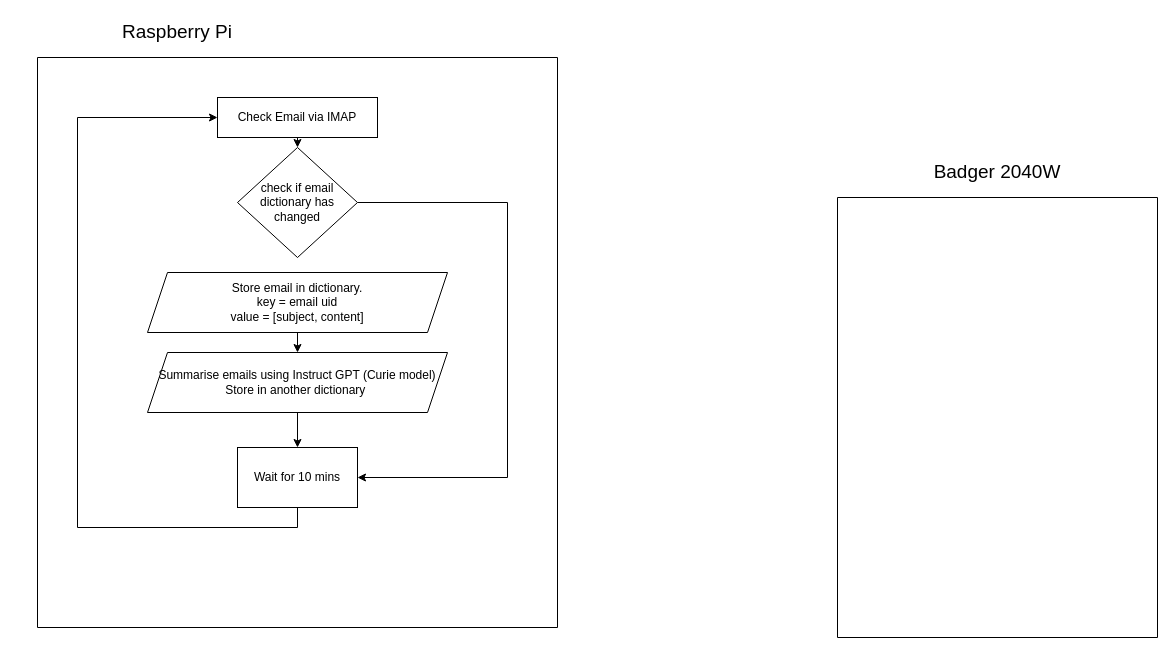
The draw.io diagram Untitled Diagram.drawio in Zoobdude/badger-email, before the edit. Source tidied: cells renumbered, new cells numbered last; positions are measured from the earlier drawing's top-left corner, leaving out a move shared by most shapes. Both pictures are drawn from the tidied source at 100%, with x=0, y=0 at pixel (17, 17).
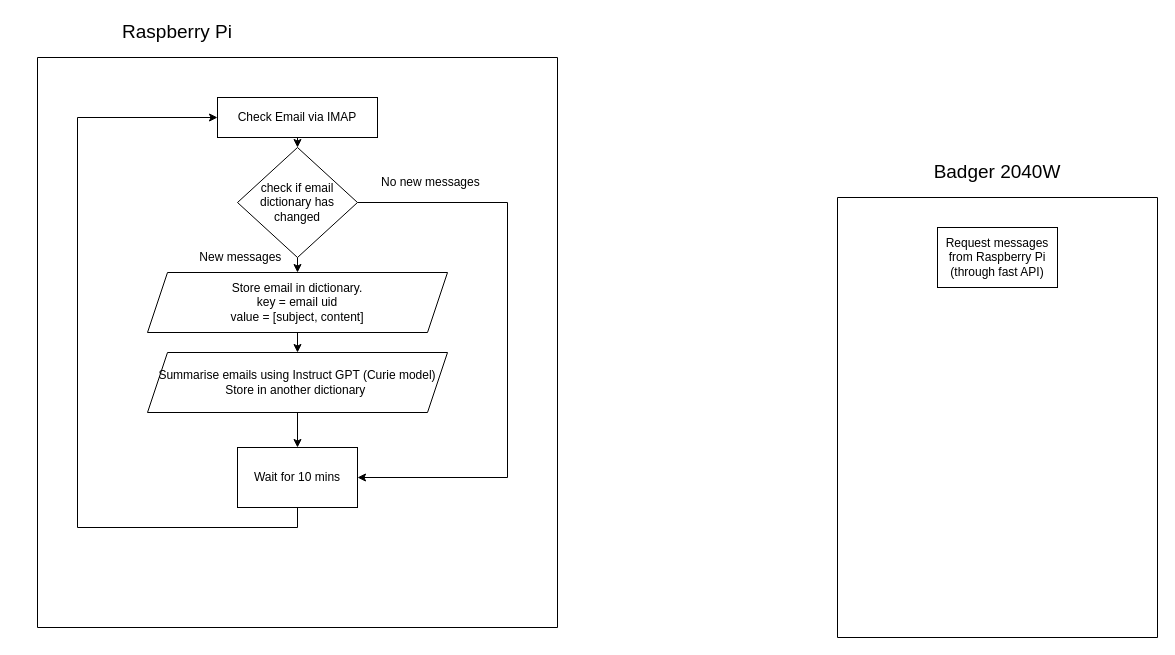
Above is the later version.

The change refers to these unchanged cells:
```xml
<mxCell id="2" style="swimlane;startSize=0;" parent="1" vertex="1">
  <mxGeometry x="20" y="40" width="520" height="570" as="geometry" />
</mxCell>
<mxCell id="6" value="Store email in dictionary. &lt;br&gt;key = email uid&lt;br&gt;value = [subject, content]" style="shape=parallelogram;perimeter=parallelogramPerimeter;whiteSpace=wrap;html=1;fixedSize=1;" parent="2" vertex="1">
  <mxGeometry x="110" y="215" width="300" height="60" as="geometry" />
</mxCell>
<mxCell id="10" value="check if email dictionary has changed" style="rhombus;whiteSpace=wrap;html=1;" parent="2" vertex="1">
  <mxGeometry x="200" y="90" width="120" height="110" as="geometry" />
</mxCell>
<mxCell id="13" style="swimlane;startSize=0;" parent="1" vertex="1">
  <mxGeometry x="820" y="180" width="320" height="440" as="geometry" />
</mxCell>
```

The edit, as a diff of the source:
```diff
@@
+    <mxCell id="16" style="edgeStyle=orthogonalEdgeStyle;rounded=0;jettySize=auto;html=1;exitX=0.5;exitY=1;exitDx=0;exitDy=0;entryX=0.5;entryY=0;entryDx=0;entryDy=0;" parent="2" edge="1" source="10" target="6">
+      <mxGeometry relative="1" as="geometry" />
+    </mxCell>
@@
+    <mxCell id="17" value="No new messages&amp;nbsp;" style="text;html=1;strokeColor=none;fillColor=none;align=center;verticalAlign=middle;whiteSpace=wrap;rounded=0;" parent="2" vertex="1">
+      <mxGeometry x="340" y="110" width="110" height="30" as="geometry" />
+    </mxCell>
+    <mxCell id="18" value="New messages&amp;nbsp;" style="text;html=1;strokeColor=none;fillColor=none;align=center;verticalAlign=middle;whiteSpace=wrap;rounded=0;" parent="2" vertex="1">
+      <mxGeometry x="160" y="185" width="90" height="30" as="geometry" />
+    </mxCell>
@@
+    <mxCell id="19" value="Request messages from Raspberry Pi (through fast API)" style="rounded=0;whiteSpace=wrap;html=1;" parent="13" vertex="1">
+      <mxGeometry x="100" y="30" width="120" height="60" as="geometry" />
+    </mxCell>
```
